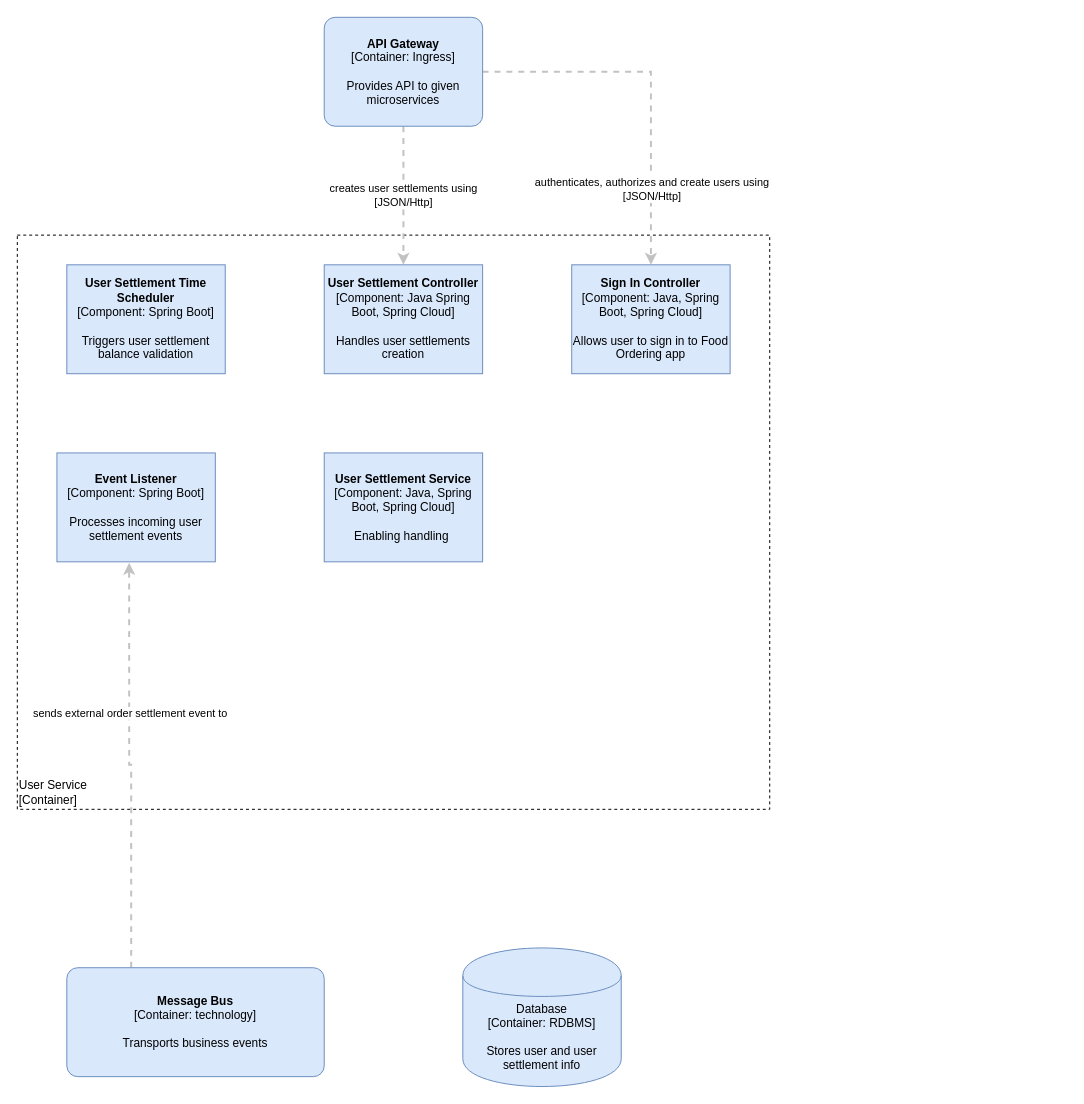
This is page "Food Ordering - User Service(Component)" (4 of 4) of C4 model.drawio from sierrasinghtango/newproj, a draw.io file, before an edit. Source tidied: cells renumbered, new cells numbered last; positions are measured from the earlier drawing's top-left corner, leaving out a move shared by most shapes. Both pictures are drawn from the tidied source at 99%, with x=0, y=0 at pixel (17, 17).
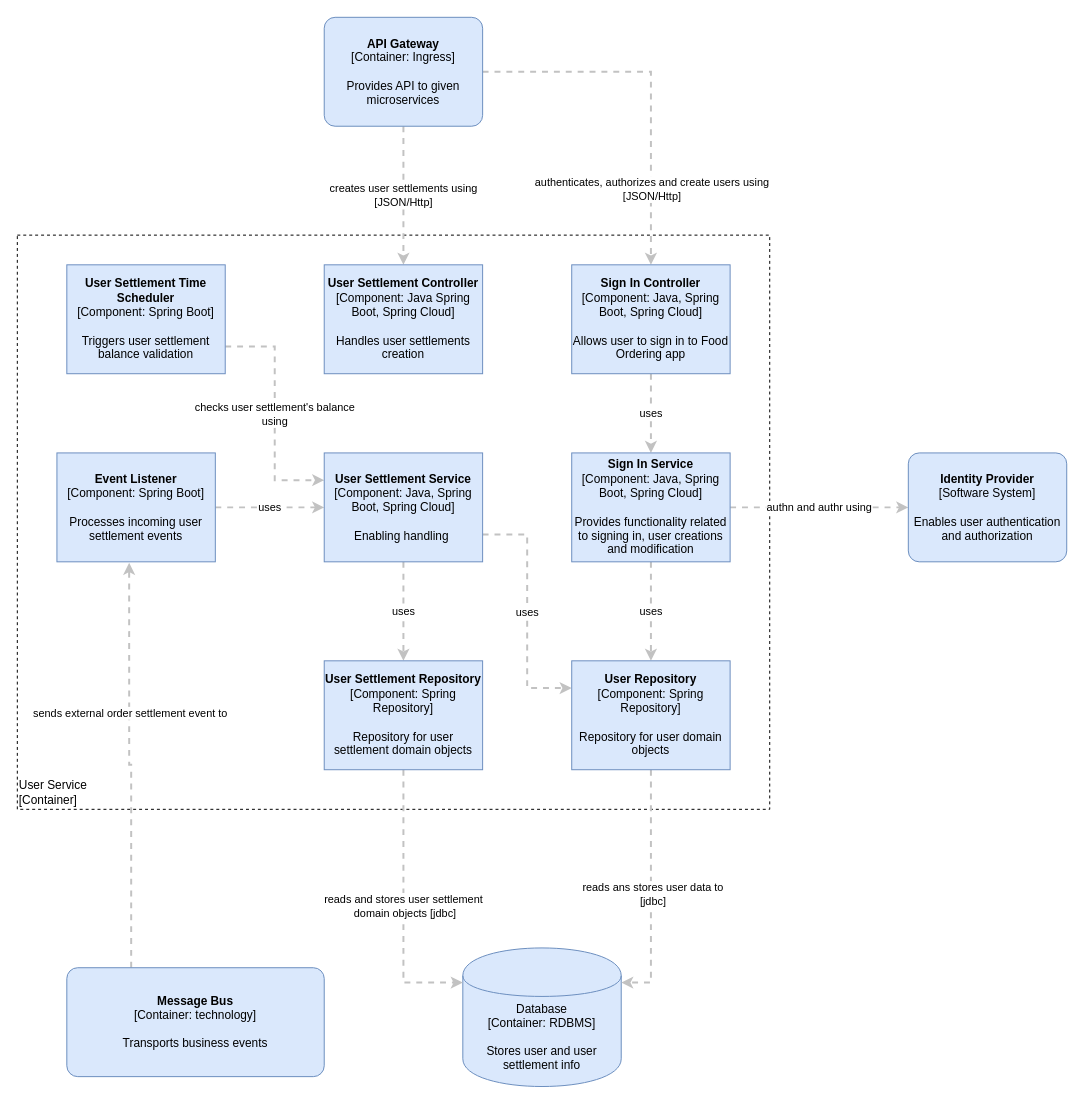
The same diagram, later.

The change refers to these unchanged cells:
```xml
<mxCell id="10" value="&lt;span&gt;Database&lt;/span&gt;&lt;div&gt;[Container:&amp;nbsp;RDBMS]&lt;/div&gt;&lt;br&gt;&lt;div&gt;Stores user and user settlement info&lt;/div&gt;" style="shape=cylinder;whiteSpace=wrap;html=1;boundedLbl=1;rounded=0;labelBackgroundColor=none;fillColor=#dae8fc;fontSize=12;fontColor=#000000;align=center;strokeColor=#6c8ebf;points=[[0.5,0,0],[1,0.25,0],[1,0.5,0],[1,0.75,0],[0.5,1,0],[0,0.75,0],[0,0.5,0],[0,0.25,0]];" parent="1" vertex="1">
  <mxGeometry x="450" y="940" width="160" height="140" as="geometry" />
</mxCell>
<mxCell id="11" value="&lt;span&gt;&lt;b&gt;User Settlement Time Scheduler&lt;/b&gt;&lt;/span&gt;&lt;br&gt;&lt;div&gt;[Component:&amp;nbsp;&lt;span&gt;Spring Boot&lt;/span&gt;&lt;span&gt;]&lt;/span&gt;&lt;/div&gt;&lt;br&gt;&lt;div&gt;Triggers user settlement balance validation&lt;/div&gt;" style="rounded=0;whiteSpace=wrap;html=1;labelBackgroundColor=none;fillColor=#dae8fc;fontColor=#000000;align=center;arcSize=10;strokeColor=#6c8ebf;points=[[0.25,0,0],[0.5,0,0],[0.75,0,0],[1,0.25,0],[1,0.5,0],[1,0.75,0],[0.75,1,0],[0.5,1,0],[0.25,1,0],[0,0.75,0],[0,0.5,0],[0,0.25,0]];" parent="1" vertex="1">
  <mxGeometry x="50" y="250" width="160" height="110" as="geometry" />
</mxCell>
<mxCell id="13" value="&lt;span&gt;&lt;b&gt;Sign In Controller&lt;/b&gt;&lt;/span&gt;&lt;br&gt;&lt;div&gt;[Component:&amp;nbsp;&lt;span&gt;Java, Spring Boot, Spring Cloud&lt;/span&gt;&lt;span&gt;]&lt;/span&gt;&lt;/div&gt;&lt;br&gt;&lt;div&gt;Allows user to sign in to Food Ordering app&lt;/div&gt;" style="rounded=0;whiteSpace=wrap;html=1;labelBackgroundColor=none;fillColor=#dae8fc;fontColor=#000000;align=center;arcSize=10;strokeColor=#6c8ebf;points=[[0.25,0,0],[0.5,0,0],[0.75,0,0],[1,0.25,0],[1,0.5,0],[1,0.75,0],[0.75,1,0],[0.5,1,0],[0.25,1,0],[0,0.75,0],[0,0.5,0],[0,0.25,0]];" parent="1" vertex="1">
  <mxGeometry x="560" y="250" width="160" height="110" as="geometry" />
</mxCell>
<mxCell id="14" value="&lt;span&gt;&lt;b&gt;Event Listener&lt;/b&gt;&lt;/span&gt;&lt;br&gt;&lt;div&gt;[Component:&amp;nbsp;&lt;span&gt;Spring Boot&lt;/span&gt;&lt;span&gt;]&lt;/span&gt;&lt;/div&gt;&lt;br&gt;&lt;div&gt;Processes incoming user settlement events&lt;/div&gt;" style="rounded=0;whiteSpace=wrap;html=1;labelBackgroundColor=none;fillColor=#dae8fc;fontColor=#000000;align=center;arcSize=10;strokeColor=#6c8ebf;points=[[0.25,0,0],[0.5,0,0],[0.75,0,0],[1,0.25,0],[1,0.5,0],[1,0.75,0],[0.75,1,0],[0.5,1,0],[0.25,1,0],[0,0.75,0],[0,0.5,0],[0,0.25,0]];" parent="1" vertex="1">
  <mxGeometry x="40" y="440" width="160" height="110" as="geometry" />
</mxCell>
<mxCell id="15" value="&lt;span&gt;&lt;b&gt;User Settlement Service&lt;/b&gt;&lt;/span&gt;&lt;br&gt;&lt;div&gt;[Component:&amp;nbsp;&lt;span&gt;Java, Spring Boot, Spring Cloud&lt;/span&gt;&lt;span&gt;]&lt;/span&gt;&lt;/div&gt;&lt;br&gt;&lt;div&gt;Enabling handling&amp;nbsp;&lt;/div&gt;" style="rounded=0;whiteSpace=wrap;html=1;labelBackgroundColor=none;fillColor=#dae8fc;fontColor=#000000;align=center;arcSize=10;strokeColor=#6c8ebf;points=[[0.25,0,0],[0.5,0,0],[0.75,0,0],[1,0.25,0],[1,0.5,0],[1,0.75,0],[0.75,1,0],[0.5,1,0],[0.25,1,0],[0,0.75,0],[0,0.5,0],[0,0.25,0]];" parent="1" vertex="1">
  <mxGeometry x="310" y="440" width="160" height="110" as="geometry" />
</mxCell>
```

Change to the diagram source:
```diff
@@
+    <mxCell id="16" value="checks user settlement's balance&lt;br&gt;using" style="edgeStyle=orthogonalEdgeStyle;rounded=0;jettySize=auto;html=1;exitX=1;exitY=0.75;exitDx=0;exitDy=0;exitPerimeter=0;entryX=0;entryY=0.25;entryDx=0;entryDy=0;entryPerimeter=0;dashed=1;strokeColor=#C2C2C2;strokeWidth=2;" parent="1" edge="1" source="11" target="15">
+      <mxGeometry relative="1" as="geometry" />
+    </mxCell>
@@
+    <mxCell id="17" value="uses" style="edgeStyle=orthogonalEdgeStyle;rounded=0;jettySize=auto;html=1;entryX=0.5;entryY=0;entryDx=0;entryDy=0;entryPerimeter=0;dashed=1;strokeColor=#C2C2C2;strokeWidth=2;" parent="1" edge="1" source="13" target="23">
+      <mxGeometry relative="1" as="geometry" />
+    </mxCell>
@@
+    <mxCell id="18" value="uses" style="edgeStyle=orthogonalEdgeStyle;rounded=0;jettySize=auto;html=1;entryX=0;entryY=0.5;entryDx=0;entryDy=0;entryPerimeter=0;dashed=1;strokeColor=#C2C2C2;strokeWidth=2;" parent="1" edge="1" source="14" target="15">
+      <mxGeometry relative="1" as="geometry" />
+    </mxCell>
@@
+    <mxCell id="19" value="uses" style="edgeStyle=orthogonalEdgeStyle;rounded=0;jettySize=auto;html=1;exitX=1;exitY=0.75;exitDx=0;exitDy=0;exitPerimeter=0;entryX=0;entryY=0.25;entryDx=0;entryDy=0;entryPerimeter=0;dashed=1;strokeColor=#C2C2C2;strokeWidth=2;" parent="1" edge="1" source="15" target="28">
+      <mxGeometry relative="1" as="geometry" />
+    </mxCell>
+    <mxCell id="20" value="uses" style="edgeStyle=orthogonalEdgeStyle;rounded=0;jettySize=auto;html=1;entryX=0.5;entryY=0;entryDx=0;entryDy=0;entryPerimeter=0;dashed=1;strokeColor=#C2C2C2;strokeWidth=2;" parent="1" edge="1" source="15" target="25">
+      <mxGeometry relative="1" as="geometry" />
+    </mxCell>
@@
+    <mxCell id="21" value="uses" style="edgeStyle=orthogonalEdgeStyle;rounded=0;jettySize=auto;html=1;entryX=0.5;entryY=0;entryDx=0;entryDy=0;entryPerimeter=0;dashed=1;strokeColor=#C2C2C2;strokeWidth=2;" parent="1" edge="1" source="23" target="28">
+      <mxGeometry relative="1" as="geometry" />
+    </mxCell>
+    <mxCell id="22" value="authn and authr using" style="edgeStyle=orthogonalEdgeStyle;rounded=0;jettySize=auto;html=1;entryX=0;entryY=0.5;entryDx=0;entryDy=0;entryPerimeter=0;dashed=1;strokeColor=#C2C2C2;strokeWidth=2;" parent="1" edge="1" source="23" target="29">
+      <mxGeometry relative="1" as="geometry" />
+    </mxCell>
+    <mxCell id="23" value="&lt;span&gt;&lt;b&gt;Sign In Service&lt;/b&gt;&lt;/span&gt;&lt;br&gt;&lt;div&gt;[Component:&amp;nbsp;&lt;span&gt;Java, Spring Boot, Spring Cloud&lt;/span&gt;&lt;span&gt;]&lt;/span&gt;&lt;/div&gt;&lt;br&gt;&lt;div&gt;Provides functionality related to signing in, user creations and modification&lt;/div&gt;" style="rounded=0;whiteSpace=wrap;html=1;labelBackgroundColor=none;fillColor=#dae8fc;fontColor=#000000;align=center;arcSize=10;strokeColor=#6c8ebf;points=[[0.25,0,0],[0.5,0,0],[0.75,0,0],[1,0.25,0],[1,0.5,0],[1,0.75,0],[0.75,1,0],[0.5,1,0],[0.25,1,0],[0,0.75,0],[0,0.5,0],[0,0.25,0]];" parent="1" vertex="1">
+      <mxGeometry x="560" y="440" width="160" height="110" as="geometry" />
+    </mxCell>
+    <mxCell id="24" value="reads and stores user settlement&lt;br&gt;&amp;nbsp;domain objects [jdbc]" style="edgeStyle=orthogonalEdgeStyle;rounded=0;jettySize=auto;html=1;entryX=0;entryY=0.25;entryDx=0;entryDy=0;entryPerimeter=0;dashed=1;strokeColor=#C2C2C2;strokeWidth=2;" parent="1" edge="1" source="25" target="10">
+      <mxGeometry relative="1" as="geometry" />
+    </mxCell>
+    <mxCell id="25" value="&lt;span&gt;&lt;b&gt;User Settlement Repository&lt;/b&gt;&lt;/span&gt;&lt;br&gt;&lt;div&gt;[Component:&amp;nbsp;&lt;span&gt;Spring Repository&lt;/span&gt;&lt;span&gt;]&lt;/span&gt;&lt;/div&gt;&lt;br&gt;&lt;div&gt;Repository for user settlement domain objects&lt;/div&gt;" style="rounded=0;whiteSpace=wrap;html=1;labelBackgroundColor=none;fillColor=#dae8fc;fontColor=#000000;align=center;arcSize=10;strokeColor=#6c8ebf;points=[[0.25,0,0],[0.5,0,0],[0.75,0,0],[1,0.25,0],[1,0.5,0],[1,0.75,0],[0.75,1,0],[0.5,1,0],[0.25,1,0],[0,0.75,0],[0,0.5,0],[0,0.25,0]];" parent="1" vertex="1">
+      <mxGeometry x="310" y="650" width="160" height="110" as="geometry" />
+    </mxCell>
+    <mxCell id="26" style="edgeStyle=orthogonalEdgeStyle;rounded=0;jettySize=auto;html=1;entryX=1;entryY=0.25;entryDx=0;entryDy=0;entryPerimeter=0;dashed=1;strokeColor=#C2C2C2;strokeWidth=2;" parent="1" edge="1" source="28" target="10">
+      <mxGeometry relative="1" as="geometry" />
+    </mxCell>
+    <mxCell id="27" value="reads ans stores user data to&lt;br&gt;[jdbc]" style="edgeLabel;html=1;align=center;verticalAlign=middle;" parent="26" vertex="1">
+      <mxGeometry x="0.02" y="1" relative="1" as="geometry" />
+    </mxCell>
+    <mxCell id="28" value="&lt;span&gt;&lt;b&gt;User Repository&lt;/b&gt;&lt;/span&gt;&lt;br&gt;&lt;div&gt;[Component: Spring Repository&lt;span&gt;]&lt;/span&gt;&lt;/div&gt;&lt;br&gt;&lt;div&gt;Repository for user domain objects&lt;/div&gt;" style="rounded=0;whiteSpace=wrap;html=1;labelBackgroundColor=none;fillColor=#dae8fc;fontColor=#000000;align=center;arcSize=10;strokeColor=#6c8ebf;points=[[0.25,0,0],[0.5,0,0],[0.75,0,0],[1,0.25,0],[1,0.5,0],[1,0.75,0],[0.75,1,0],[0.5,1,0],[0.25,1,0],[0,0.75,0],[0,0.5,0],[0,0.25,0]];" parent="1" vertex="1">
+      <mxGeometry x="560" y="650" width="160" height="110" as="geometry" />
+    </mxCell>
+    <mxCell id="29" value="&lt;b&gt;Identity Provider&lt;/b&gt;&lt;br&gt;&lt;div&gt;[Software System&lt;span&gt;]&lt;/span&gt;&lt;/div&gt;&lt;br&gt;&lt;div&gt;Enables user authentication and authorization&lt;/div&gt;" style="rounded=1;whiteSpace=wrap;html=1;labelBackgroundColor=none;fillColor=#dae8fc;fontColor=#000000;align=center;arcSize=10;strokeColor=#6c8ebf;points=[[0.25,0,0],[0.5,0,0],[0.75,0,0],[1,0.25,0],[1,0.5,0],[1,0.75,0],[0.75,1,0],[0.5,1,0],[0.25,1,0],[0,0.75,0],[0,0.5,0],[0,0.25,0]];" parent="1" vertex="1">
+      <mxGeometry x="900" y="440" width="160" height="110" as="geometry" />
+    </mxCell>
```
